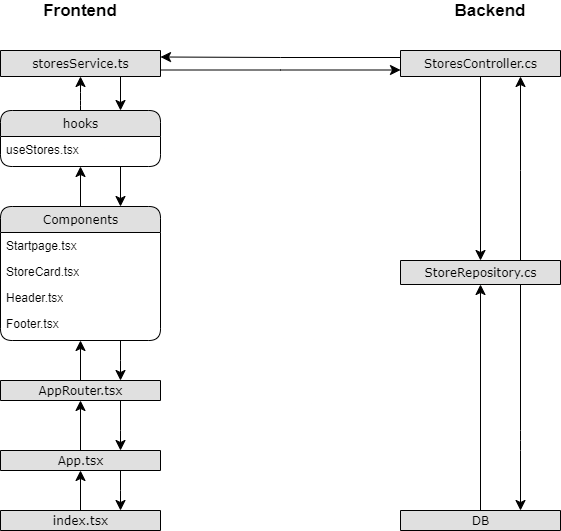
Earlier version of the draw.io export images/application_flow.png (seinol/capwatch-documentation). Source tidied: cells renumbered, new cells last; positions are measured from the earlier drawing's top-left corner, leaving out a move shared by most shapes. Its diagram source:
```xml
<mxGraphModel background="#ffffff">
  <root>
    <mxCell id="0" />
    <mxCell id="1" parent="0" />
    <mxCell id="2" value="hooks" style="swimlane;html=1;fontStyle=0;horizontal=1;startSize=26;fillColor=#e0e0e0;swimlaneFillColor=#ffffff;align=center;rounded=1;shadow=0;comic=0;labelBackgroundColor=none;strokeWidth=1;fontFamily=Verdana;fontSize=12;" parent="1" vertex="1">
      <mxGeometry y="110" width="160" height="56" as="geometry" />
    </mxCell>
    <mxCell id="3" value="useStores.tsx" style="text;html=1;strokeColor=none;fillColor=none;spacingLeft=4;spacingRight=4;whiteSpace=wrap;overflow=hidden;" parent="2" vertex="1">
      <mxGeometry y="26" width="160" height="26" as="geometry" />
    </mxCell>
    <mxCell id="4" value="StoresController.cs" style="swimlane;html=1;fontStyle=0;horizontal=1;startSize=26;fillColor=#e0e0e0;swimlaneFillColor=#ffffff;align=center;rounded=1;shadow=0;comic=0;labelBackgroundColor=none;strokeWidth=1;fontFamily=Verdana;fontSize=12;" parent="1" vertex="1">
      <mxGeometry x="400" y="50" width="160" height="26" as="geometry" />
    </mxCell>
    <mxCell id="5" value="Components" style="swimlane;html=1;fontStyle=0;horizontal=1;startSize=26;fillColor=#e0e0e0;swimlaneFillColor=#ffffff;align=center;rounded=1;shadow=0;comic=0;labelBackgroundColor=none;strokeWidth=1;fontFamily=Verdana;fontSize=12;" parent="1" vertex="1">
      <mxGeometry y="206" width="160" height="134" as="geometry" />
    </mxCell>
    <mxCell id="6" value="Startpage.tsx" style="text;html=1;strokeColor=none;fillColor=none;spacingLeft=4;spacingRight=4;whiteSpace=wrap;overflow=hidden;" parent="5" vertex="1">
      <mxGeometry y="26" width="160" height="26" as="geometry" />
    </mxCell>
    <mxCell id="7" value="StoreCard.tsx" style="text;html=1;strokeColor=none;fillColor=none;spacingLeft=4;spacingRight=4;whiteSpace=wrap;overflow=hidden;" parent="5" vertex="1">
      <mxGeometry y="52" width="160" height="26" as="geometry" />
    </mxCell>
    <mxCell id="8" value="Header.tsx" style="text;html=1;strokeColor=none;fillColor=none;spacingLeft=4;spacingRight=4;whiteSpace=wrap;overflow=hidden;" parent="5" vertex="1">
      <mxGeometry y="78" width="160" height="26" as="geometry" />
    </mxCell>
    <mxCell id="9" value="Footer.tsx" style="text;html=1;strokeColor=none;fillColor=none;spacingLeft=4;spacingRight=4;whiteSpace=wrap;overflow=hidden;" parent="5" vertex="1">
      <mxGeometry y="104" width="160" height="26" as="geometry" />
    </mxCell>
    <mxCell id="10" value="index.tsx" style="swimlane;html=1;fontStyle=0;horizontal=1;startSize=26;fillColor=#e0e0e0;swimlaneFillColor=#ffffff;align=center;rounded=1;shadow=0;comic=0;labelBackgroundColor=none;strokeWidth=1;fontFamily=Verdana;fontSize=12;" parent="1" vertex="1">
      <mxGeometry y="510" width="160" height="20" as="geometry" />
    </mxCell>
    <mxCell id="11" value="StoreRepository.cs" style="swimlane;html=1;fontStyle=0;horizontal=1;startSize=26;fillColor=#e0e0e0;swimlaneFillColor=#ffffff;align=center;rounded=1;shadow=0;comic=0;labelBackgroundColor=none;strokeWidth=1;fontFamily=Verdana;fontSize=12;" parent="1" vertex="1">
      <mxGeometry x="400" y="260" width="160" height="24" as="geometry" />
    </mxCell>
    <mxCell id="12" value="DB" style="swimlane;html=1;fontStyle=0;horizontal=1;startSize=26;fillColor=#e0e0e0;swimlaneFillColor=#ffffff;align=center;rounded=1;shadow=0;comic=0;labelBackgroundColor=none;strokeWidth=1;fontFamily=Verdana;fontSize=12;" parent="1" vertex="1">
      <mxGeometry x="400" y="510" width="160" height="20" as="geometry" />
    </mxCell>
    <mxCell id="13" style="edgeStyle=none;html=1;labelBackgroundColor=none;startFill=0;startSize=8;endFill=1;endSize=8;fontFamily=Verdana;fontSize=12;" parent="1" edge="1" source="10">
      <mxGeometry relative="1" as="geometry">
        <mxPoint x="80" y="470" as="targetPoint" />
      </mxGeometry>
    </mxCell>
    <mxCell id="14" style="edgeStyle=none;html=1;labelBackgroundColor=none;startFill=0;startSize=8;endFill=1;endSize=8;fontFamily=Verdana;fontSize=12;rounded=0;" parent="1" edge="1" target="5">
      <mxGeometry relative="1" as="geometry">
        <mxPoint x="80" y="380" as="sourcePoint" />
      </mxGeometry>
    </mxCell>
    <mxCell id="15" style="edgeStyle=orthogonalEdgeStyle;html=1;labelBackgroundColor=none;startFill=1;startSize=8;endFill=0;endSize=8;fontFamily=Verdana;fontSize=12;startArrow=classic;endArrow=none;" parent="1" edge="1" source="2" target="5">
      <mxGeometry relative="1" as="geometry" />
    </mxCell>
    <mxCell id="16" style="edgeStyle=orthogonalEdgeStyle;html=1;labelBackgroundColor=none;startFill=0;startSize=8;endFill=1;endSize=8;fontFamily=Verdana;fontSize=12;" parent="1" edge="1" source="12" target="11">
      <mxGeometry relative="1" as="geometry" />
    </mxCell>
    <mxCell id="17" style="edgeStyle=orthogonalEdgeStyle;html=1;labelBackgroundColor=none;startFill=0;startSize=8;endFill=1;endSize=8;fontFamily=Verdana;fontSize=12;" parent="1" edge="1" source="4" target="11">
      <mxGeometry relative="1" as="geometry" />
    </mxCell>
    <mxCell id="18" style="edgeStyle=orthogonalEdgeStyle;html=1;entryX=0;entryY=0.75;labelBackgroundColor=none;startFill=0;startSize=8;endFill=1;endSize=8;fontFamily=Verdana;fontSize=12;exitX=1;exitY=0.75;entryDx=0;entryDy=0;rounded=0;exitDx=0;exitDy=0;" parent="1" edge="1" source="25" target="4">
      <mxGeometry relative="1" as="geometry">
        <Array as="points">
          <mxPoint x="280" y="70" />
          <mxPoint x="280" y="70" />
        </Array>
      </mxGeometry>
    </mxCell>
    <mxCell id="19" style="edgeStyle=orthogonalEdgeStyle;html=1;exitX=0;exitY=0.5;entryX=1;entryY=0.25;labelBackgroundColor=none;startFill=0;startSize=8;endFill=1;endSize=8;fontFamily=Verdana;fontSize=12;entryDx=0;entryDy=0;rounded=0;" parent="1" edge="1" target="25">
      <mxGeometry relative="1" as="geometry">
        <mxPoint x="400" y="53" as="sourcePoint" />
        <Array as="points">
          <mxPoint x="400" y="57" />
          <mxPoint x="280" y="57" />
        </Array>
      </mxGeometry>
    </mxCell>
    <mxCell id="20" style="edgeStyle=orthogonalEdgeStyle;html=1;labelBackgroundColor=none;startFill=0;startSize=8;endFill=1;endSize=8;fontFamily=Verdana;fontSize=12;entryX=0.75;entryY=0;entryDx=0;entryDy=0;" parent="1" edge="1" target="12">
      <mxGeometry relative="1" as="geometry">
        <mxPoint x="520" y="284" as="sourcePoint" />
        <Array as="points">
          <mxPoint x="520" y="440" />
          <mxPoint x="520" y="440" />
        </Array>
      </mxGeometry>
    </mxCell>
    <mxCell id="21" style="edgeStyle=orthogonalEdgeStyle;html=1;exitX=0.75;exitY=0;labelBackgroundColor=none;startFill=0;startSize=8;endFill=1;endSize=8;fontFamily=Verdana;fontSize=12;exitDx=0;exitDy=0;entryX=0.75;entryY=1;entryDx=0;entryDy=0;rounded=0;" parent="1" edge="1" source="11" target="4">
      <mxGeometry relative="1" as="geometry">
        <Array as="points">
          <mxPoint x="520" y="170" />
          <mxPoint x="520" y="170" />
        </Array>
      </mxGeometry>
    </mxCell>
    <mxCell id="22" value="App.tsx" style="swimlane;html=1;fontStyle=0;horizontal=1;startSize=26;fillColor=#e0e0e0;swimlaneFillColor=#ffffff;align=center;rounded=1;shadow=0;comic=0;labelBackgroundColor=none;strokeWidth=1;fontFamily=Verdana;fontSize=12;" parent="1" vertex="1">
      <mxGeometry y="450" width="160" height="20" as="geometry" />
    </mxCell>
    <mxCell id="23" value="AppRouter.tsx" style="swimlane;html=1;fontStyle=0;horizontal=1;startSize=26;fillColor=#e0e0e0;swimlaneFillColor=#ffffff;align=center;rounded=1;shadow=0;comic=0;labelBackgroundColor=none;strokeWidth=1;fontFamily=Verdana;fontSize=12;" parent="1" vertex="1">
      <mxGeometry y="380" width="160" height="20" as="geometry" />
    </mxCell>
    <mxCell id="24" style="edgeStyle=none;html=1;labelBackgroundColor=none;startFill=0;startSize=8;endFill=1;endSize=8;fontFamily=Verdana;fontSize=12;exitX=0.5;exitY=0;exitDx=0;exitDy=0;entryX=0.5;entryY=1;entryDx=0;entryDy=0;rounded=0;" parent="1" edge="1" source="22" target="23">
      <mxGeometry relative="1" as="geometry" />
    </mxCell>
    <mxCell id="25" value="storesService.ts" style="swimlane;html=1;fontStyle=0;horizontal=1;startSize=26;fillColor=#e0e0e0;swimlaneFillColor=#ffffff;align=center;rounded=1;shadow=0;comic=0;labelBackgroundColor=none;strokeWidth=1;fontFamily=Verdana;fontSize=12;" parent="1" vertex="1">
      <mxGeometry y="50" width="160" height="26" as="geometry" />
    </mxCell>
    <mxCell id="26" style="edgeStyle=orthogonalEdgeStyle;html=1;labelBackgroundColor=none;startFill=1;startSize=8;endFill=0;endSize=8;fontFamily=Verdana;fontSize=12;startArrow=classic;endArrow=none;entryX=0.75;entryY=1;entryDx=0;entryDy=0;rounded=0;exitX=0.75;exitY=0;exitDx=0;exitDy=0;" parent="1" edge="1" source="5" target="2">
      <mxGeometry relative="1" as="geometry" />
    </mxCell>
    <mxCell id="27" style="edgeStyle=orthogonalEdgeStyle;html=1;labelBackgroundColor=none;startFill=1;startSize=8;endFill=0;endSize=8;fontFamily=Verdana;fontSize=12;startArrow=classic;endArrow=none;entryX=0.75;entryY=1;entryDx=0;entryDy=0;rounded=0;exitX=0.75;exitY=0;exitDx=0;exitDy=0;" parent="1" edge="1" source="23" target="5">
      <mxGeometry relative="1" as="geometry">
        <Array as="points">
          <mxPoint x="120" y="360" />
          <mxPoint x="120" y="360" />
        </Array>
      </mxGeometry>
    </mxCell>
    <mxCell id="28" style="edgeStyle=orthogonalEdgeStyle;html=1;labelBackgroundColor=none;startFill=1;startSize=8;endFill=0;endSize=8;fontFamily=Verdana;fontSize=12;startArrow=classic;endArrow=none;entryX=0.75;entryY=1;entryDx=0;entryDy=0;rounded=0;exitX=0.75;exitY=0;exitDx=0;exitDy=0;" parent="1" edge="1" source="22" target="23">
      <mxGeometry relative="1" as="geometry">
        <Array as="points">
          <mxPoint x="120" y="430" />
          <mxPoint x="120" y="430" />
        </Array>
      </mxGeometry>
    </mxCell>
    <mxCell id="29" style="edgeStyle=orthogonalEdgeStyle;html=1;labelBackgroundColor=none;startFill=1;startSize=8;endFill=0;endSize=8;fontFamily=Verdana;fontSize=12;startArrow=classic;endArrow=none;entryX=0.75;entryY=1;entryDx=0;entryDy=0;rounded=0;exitX=0.75;exitY=0;exitDx=0;exitDy=0;" parent="1" edge="1" source="10" target="22">
      <mxGeometry relative="1" as="geometry">
        <Array as="points">
          <mxPoint x="120" y="490" />
          <mxPoint x="120" y="490" />
        </Array>
      </mxGeometry>
    </mxCell>
    <mxCell id="30" style="edgeStyle=orthogonalEdgeStyle;html=1;labelBackgroundColor=none;startFill=1;startSize=8;endFill=0;endSize=8;fontFamily=Verdana;fontSize=12;startArrow=classic;endArrow=none;entryX=0.5;entryY=0;entryDx=0;entryDy=0;exitX=0.5;exitY=1;exitDx=0;exitDy=0;" parent="1" edge="1" source="25" target="2">
      <mxGeometry relative="1" as="geometry">
        <Array as="points">
          <mxPoint x="80" y="100" />
          <mxPoint x="80" y="100" />
        </Array>
      </mxGeometry>
    </mxCell>
    <mxCell id="31" style="edgeStyle=orthogonalEdgeStyle;html=1;labelBackgroundColor=none;startFill=1;startSize=8;endFill=0;endSize=8;fontFamily=Verdana;fontSize=12;startArrow=classic;endArrow=none;entryX=0.75;entryY=1;entryDx=0;entryDy=0;rounded=0;exitX=0.75;exitY=0;exitDx=0;exitDy=0;" parent="1" edge="1" source="2" target="25">
      <mxGeometry relative="1" as="geometry" />
    </mxCell>
    <mxCell id="32" value="&lt;font style=&quot;font-size: 17px&quot;&gt;&lt;b&gt;Frontend&lt;/b&gt;&lt;/font&gt;" style="text;html=1;strokeColor=none;fillColor=none;align=center;verticalAlign=middle;whiteSpace=wrap;rounded=0;" parent="1" vertex="1">
      <mxGeometry x="40" width="80" height="20" as="geometry" />
    </mxCell>
    <mxCell id="33" value="&lt;font style=&quot;font-size: 17px&quot;&gt;&lt;b&gt;Backend&lt;/b&gt;&lt;/font&gt;" style="text;html=1;strokeColor=none;fillColor=none;align=center;verticalAlign=middle;whiteSpace=wrap;rounded=0;" parent="1" vertex="1">
      <mxGeometry x="450" width="80" height="20" as="geometry" />
    </mxCell>
  </root>
</mxGraphModel>
```
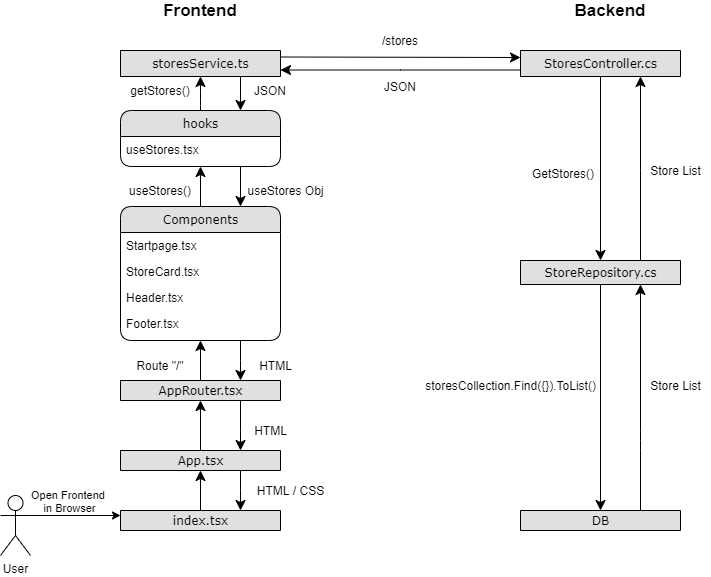
After the commit.

Change to the diagram source:
```diff
@@ -48,13 +48,13 @@
     <mxCell id="15" style="edgeStyle=orthogonalEdgeStyle;html=1;labelBackgroundColor=none;startFill=1;startSize=8;endFill=0;endSize=8;fontFamily=Verdana;fontSize=12;startArrow=classic;endArrow=none;" parent="1" edge="1" source="2" target="5">
       <mxGeometry relative="1" as="geometry" />
     </mxCell>
-    <mxCell id="16" style="edgeStyle=orthogonalEdgeStyle;html=1;labelBackgroundColor=none;startFill=0;startSize=8;endFill=1;endSize=8;fontFamily=Verdana;fontSize=12;" parent="1" edge="1" source="12" target="11">
+    <mxCell id="16" style="edgeStyle=orthogonalEdgeStyle;html=1;labelBackgroundColor=none;startFill=1;startSize=8;endFill=0;endSize=8;fontFamily=Verdana;fontSize=12;startArrow=classic;endArrow=none;" parent="1" edge="1" source="12" target="11">
       <mxGeometry relative="1" as="geometry" />
     </mxCell>
     <mxCell id="17" style="edgeStyle=orthogonalEdgeStyle;html=1;labelBackgroundColor=none;startFill=0;startSize=8;endFill=1;endSize=8;fontFamily=Verdana;fontSize=12;" parent="1" edge="1" source="4" target="11">
       <mxGeometry relative="1" as="geometry" />
     </mxCell>
-    <mxCell id="18" style="edgeStyle=orthogonalEdgeStyle;html=1;entryX=0;entryY=0.75;labelBackgroundColor=none;startFill=0;startSize=8;endFill=1;endSize=8;fontFamily=Verdana;fontSize=12;exitX=1;exitY=0.75;entryDx=0;entryDy=0;rounded=0;exitDx=0;exitDy=0;" parent="1" edge="1" source="25" target="4">
+    <mxCell id="18" style="edgeStyle=orthogonalEdgeStyle;html=1;entryX=0;entryY=0.75;labelBackgroundColor=none;startFill=1;startSize=8;endFill=0;endSize=8;fontFamily=Verdana;fontSize=12;exitX=1;exitY=0.75;entryDx=0;entryDy=0;rounded=0;exitDx=0;exitDy=0;startArrow=classic;endArrow=none;" parent="1" edge="1" source="25" target="4">
       <mxGeometry relative="1" as="geometry">
         <Array as="points">
           <mxPoint x="280" y="70" />
@@ -62,16 +62,16 @@
         </Array>
       </mxGeometry>
     </mxCell>
-    <mxCell id="19" style="edgeStyle=orthogonalEdgeStyle;html=1;exitX=0;exitY=0.5;entryX=1;entryY=0.25;labelBackgroundColor=none;startFill=0;startSize=8;endFill=1;endSize=8;fontFamily=Verdana;fontSize=12;entryDx=0;entryDy=0;rounded=0;" parent="1" edge="1" target="25">
+    <mxCell id="19" style="edgeStyle=orthogonalEdgeStyle;html=1;entryX=1;entryY=0.25;labelBackgroundColor=none;startFill=1;startSize=8;endFill=0;endSize=8;fontFamily=Verdana;fontSize=12;entryDx=0;entryDy=0;rounded=0;startArrow=classic;endArrow=none;" parent="1" edge="1" target="25">
       <mxGeometry relative="1" as="geometry">
-        <mxPoint x="400" y="53" as="sourcePoint" />
+        <mxPoint x="400" y="57" as="sourcePoint" />
         <Array as="points">
           <mxPoint x="400" y="57" />
           <mxPoint x="280" y="57" />
         </Array>
       </mxGeometry>
     </mxCell>
-    <mxCell id="20" style="edgeStyle=orthogonalEdgeStyle;html=1;labelBackgroundColor=none;startFill=0;startSize=8;endFill=1;endSize=8;fontFamily=Verdana;fontSize=12;entryX=0.75;entryY=0;entryDx=0;entryDy=0;" parent="1" edge="1" target="12">
+    <mxCell id="20" style="edgeStyle=orthogonalEdgeStyle;html=1;labelBackgroundColor=none;startFill=1;startSize=8;endFill=0;endSize=8;fontFamily=Verdana;fontSize=12;entryX=0.75;entryY=0;entryDx=0;entryDy=0;startArrow=classic;endArrow=none;" parent="1" edge="1" target="12">
       <mxGeometry relative="1" as="geometry">
         <mxPoint x="520" y="284" as="sourcePoint" />
         <Array as="points">
@@ -144,5 +144,58 @@
     <mxCell id="33" value="&lt;font style=&quot;font-size: 17px&quot;&gt;&lt;b&gt;Backend&lt;/b&gt;&lt;/font&gt;" style="text;html=1;strokeColor=none;fillColor=none;align=center;verticalAlign=middle;whiteSpace=wrap;rounded=0;" parent="1" vertex="1">
       <mxGeometry x="450" width="80" height="20" as="geometry" />
     </mxCell>
+    <mxCell id="34" value="User" style="shape=umlActor;verticalLabelPosition=bottom;verticalAlign=top;html=1;outlineConnect=0;" parent="1" vertex="1">
+      <mxGeometry x="-120" y="495" width="30" height="60" as="geometry" />
+    </mxCell>
+    <mxCell id="35" style="endArrow=classic;html=1;exitX=1;exitY=0.3333333333333333;exitDx=0;exitDy=0;exitPerimeter=0;entryX=0;entryY=0.25;entryDx=0;entryDy=0;" parent="1" edge="1" source="34" target="10">
+      <mxGeometry relative="1" as="geometry" />
+    </mxCell>
+    <mxCell id="36" value="Open Frontend &lt;br&gt;in Browser" style="edgeLabel;html=1;align=center;verticalAlign=middle;" parent="35" vertex="1">
+      <mxGeometry x="-0.15" y="1" relative="1" as="geometry">
+        <mxPoint y="-14" as="offset" />
+      </mxGeometry>
+    </mxCell>
+    <mxCell id="37" value="Route &quot;/&quot;" style="text;html=1;strokeColor=none;fillColor=none;align=center;verticalAlign=middle;whiteSpace=wrap;rounded=0;" parent="1" vertex="1">
+      <mxGeometry x="10" y="355" width="60" height="20" as="geometry" />
+    </mxCell>
+    <mxCell id="38" value="useStores()" style="text;html=1;strokeColor=none;fillColor=none;align=center;verticalAlign=middle;whiteSpace=wrap;rounded=0;" parent="1" vertex="1">
+      <mxGeometry x="20" y="180" width="40" height="20" as="geometry" />
+    </mxCell>
+    <mxCell id="39" value="getStores()" style="text;html=1;strokeColor=none;fillColor=none;align=center;verticalAlign=middle;whiteSpace=wrap;rounded=0;" parent="1" vertex="1">
+      <mxGeometry x="20" y="80" width="40" height="20" as="geometry" />
+    </mxCell>
+    <mxCell id="40" value="/stores" style="text;html=1;strokeColor=none;fillColor=none;align=center;verticalAlign=middle;whiteSpace=wrap;rounded=0;" parent="1" vertex="1">
+      <mxGeometry x="260" y="30" width="40" height="20" as="geometry" />
+    </mxCell>
+    <mxCell id="41" value="JSON" style="text;html=1;strokeColor=none;fillColor=none;align=center;verticalAlign=middle;whiteSpace=wrap;rounded=0;" parent="1" vertex="1">
+      <mxGeometry x="260" y="76" width="40" height="20" as="geometry" />
+    </mxCell>
+    <mxCell id="42" value="JSON" style="text;html=1;strokeColor=none;fillColor=none;align=center;verticalAlign=middle;whiteSpace=wrap;rounded=0;" parent="1" vertex="1">
+      <mxGeometry x="130" y="80" width="40" height="20" as="geometry" />
+    </mxCell>
+    <mxCell id="43" value="useStores Obj" style="text;html=1;align=center;verticalAlign=middle;strokeColor=none;" parent="1" vertex="1">
+      <mxGeometry x="120" y="180" width="90" height="20" as="geometry" />
+    </mxCell>
+    <mxCell id="44" value="HTML" style="text;html=1;align=center;verticalAlign=middle;strokeColor=none;" parent="1" vertex="1">
+      <mxGeometry x="130" y="355" width="50" height="20" as="geometry" />
+    </mxCell>
+    <mxCell id="45" value="HTML" style="text;html=1;align=center;verticalAlign=middle;strokeColor=none;" parent="1" vertex="1">
+      <mxGeometry x="125" y="420" width="50" height="20" as="geometry" />
+    </mxCell>
+    <mxCell id="46" value="HTML / CSS" style="text;html=1;align=center;verticalAlign=middle;strokeColor=none;" parent="1" vertex="1">
+      <mxGeometry x="130" y="480" width="80" height="20" as="geometry" />
+    </mxCell>
+    <mxCell id="47" value="GetStores()" style="text;whiteSpace=wrap;html=1;" parent="1" vertex="1">
+      <mxGeometry x="410" y="160" width="90" height="30" as="geometry" />
+    </mxCell>
+    <mxCell id="48" value="storesCollection.Find({}).ToList()" style="text;html=1;align=center;verticalAlign=middle;strokeColor=none;" parent="1" vertex="1">
+      <mxGeometry x="295" y="375" width="190" height="20" as="geometry" />
+    </mxCell>
+    <mxCell id="49" value="Store List" style="text;html=1;align=center;verticalAlign=middle;strokeColor=none;" parent="1" vertex="1">
+      <mxGeometry x="520" y="375" width="70" height="20" as="geometry" />
+    </mxCell>
+    <mxCell id="50" value="Store List" style="text;html=1;align=center;verticalAlign=middle;strokeColor=none;" parent="1" vertex="1">
+      <mxGeometry x="520" y="160" width="70" height="20" as="geometry" />
+    </mxCell>
   </root>
 </mxGraphModel>
```
